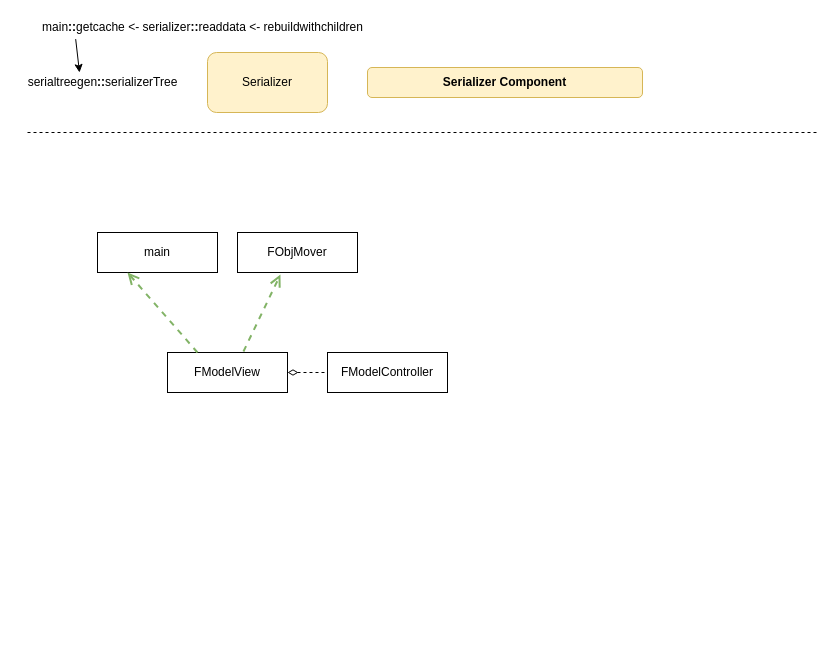
This is dia.drawio from magal-git/MyFlutter, a draw.io file, before an edit. Source tidied: cells renumbered, new cells numbered last; positions are measured from the earlier drawing's top-left corner, leaving out a move shared by most shapes. Both pictures are drawn from the tidied source at 100%, with x=0, y=0 at pixel (17, 17).
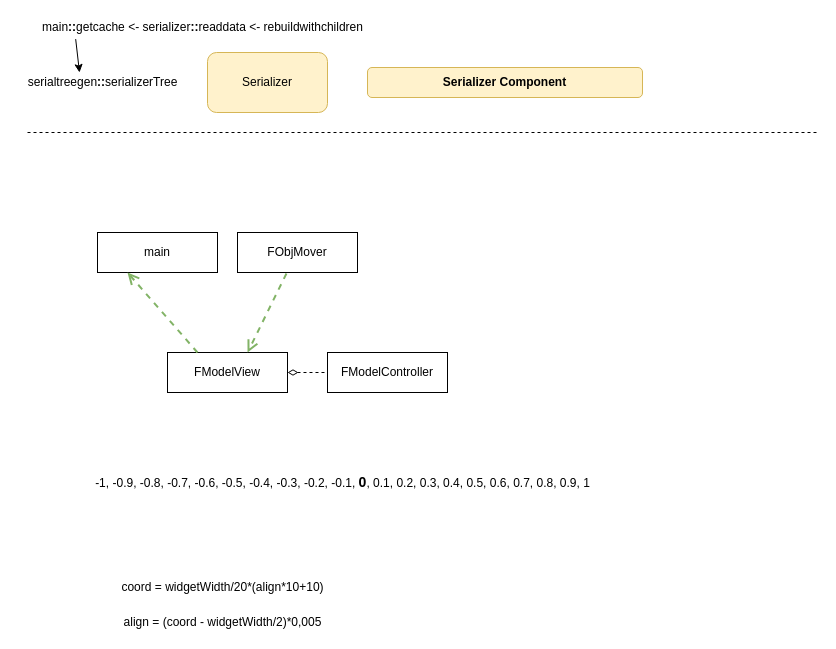
The same page after the edit.

What changed in the source:
```diff
@@
 <mxGraphModel>
   <root>
     <mxCell id="0" />
     <mxCell id="1" parent="0" />
     <mxCell id="2" value="&lt;div&gt;main&lt;b&gt;::&lt;/b&gt;getcache &amp;lt;- serializer&lt;b&gt;::&lt;/b&gt;readdata &amp;lt;- rebuildwithchildren&lt;/div&gt;" style="text;html=1;align=center;verticalAlign=middle;points=[];strokeColor=none;" parent="1" vertex="1">
       <mxGeometry x="15" width="340" height="20" as="geometry" />
     </mxCell>
     <mxCell id="3" style="endArrow=classic;html=1;exitX=0.127;exitY=1.08;exitDx=0;exitDy=0;exitPerimeter=0;" parent="1" edge="1" source="2">
       <mxGeometry relative="1" as="geometry">
         <mxPoint x="62" y="55" as="targetPoint" />
       </mxGeometry>
     </mxCell>
     <mxCell id="4" value="serialtreegen&lt;b&gt;::&lt;/b&gt;serializerTree" style="text;html=1;align=center;verticalAlign=middle;strokeColor=none;" parent="1" vertex="1">
       <mxGeometry y="55" width="170" height="20" as="geometry" />
     </mxCell>
     <mxCell id="5" value="Serializer" style="rounded=1;whiteSpace=wrap;html=1;fillColor=#fff2cc;strokeColor=#d6b656;" parent="1" vertex="1">
       <mxGeometry x="190" y="35" width="120" height="60" as="geometry" />
     </mxCell>
     <mxCell id="6" value="&lt;b&gt;Serializer Component&lt;/b&gt;" style="rounded=1;whiteSpace=wrap;html=1;fillColor=#fff2cc;strokeColor=#d6b656;" parent="1" vertex="1">
       <mxGeometry x="350" y="50" width="275" height="30" as="geometry" />
     </mxCell>
     <mxCell id="7" style="endArrow=none;dashed=1;html=1;" parent="1" edge="1">
       <mxGeometry relative="1" as="geometry">
         <mxPoint x="10" y="115" as="sourcePoint" />
         <mxPoint x="800" y="115" as="targetPoint" />
       </mxGeometry>
     </mxCell>
     <mxCell id="8" value="main" style="rounded=0;whiteSpace=wrap;html=1;" parent="1" vertex="1">
       <mxGeometry x="80" y="215" width="120" height="40" as="geometry" />
     </mxCell>
     <mxCell id="9" value="FModelView" style="rounded=0;whiteSpace=wrap;html=1;" parent="1" vertex="1">
       <mxGeometry x="150" y="335" width="120" height="40" as="geometry" />
     </mxCell>
     <mxCell id="10" value="FObjMover" style="rounded=0;whiteSpace=wrap;html=1;" parent="1" vertex="1">
       <mxGeometry x="220" y="215" width="120" height="40" as="geometry" />
     </mxCell>
     <mxCell id="11" style="endArrow=open;startArrow=none;endFill=0;startFill=0;endSize=8;html=1;verticalAlign=bottom;labelBackgroundColor=none;strokeWidth=2;exitX=0.25;exitY=0;exitDx=0;exitDy=0;entryX=0.25;entryY=1;entryDx=0;entryDy=0;fillColor=#d5e8d4;strokeColor=#82b366;dashed=1;" parent="1" edge="1" source="9" target="8">
       <mxGeometry relative="1" as="geometry" />
     </mxCell>
-    <mxCell id="12" style="endArrow=open;startArrow=none;endFill=0;startFill=0;endSize=8;html=1;verticalAlign=bottom;labelBackgroundColor=none;strokeWidth=2;exitX=0.633;exitY=-0.025;exitDx=0;exitDy=0;entryX=0.358;entryY=1.05;entryDx=0;entryDy=0;fillColor=#d5e8d4;strokeColor=#82b366;dashed=1;exitPerimeter=0;entryPerimeter=0;" parent="1" edge="1" source="9" target="10">
+    <mxCell id="12" style="endArrow=open;startArrow=none;endFill=0;startFill=0;endSize=8;html=1;verticalAlign=bottom;labelBackgroundColor=none;strokeWidth=2;exitX=0.408;exitY=1.025;exitDx=0;exitDy=0;fillColor=#d5e8d4;strokeColor=#82b366;dashed=1;exitPerimeter=0;entryX=0.667;entryY=0;entryDx=0;entryDy=0;entryPerimeter=0;" parent="1" edge="1" source="10" target="9">
       <mxGeometry relative="1" as="geometry" />
     </mxCell>
     <mxCell id="13" value="FModelController" style="rounded=0;whiteSpace=wrap;html=1;" parent="1" vertex="1">
       <mxGeometry x="310" y="335" width="120" height="40" as="geometry" />
     </mxCell>
     <mxCell id="14" style="endArrow=none;startArrow=diamondThin;endFill=0;startFill=0;html=1;verticalAlign=bottom;labelBackgroundColor=none;strokeWidth=1;startSize=8;endSize=8;dashed=1;exitX=1;exitY=0.5;exitDx=0;exitDy=0;exitPerimeter=0;entryX=0;entryY=0.5;entryDx=0;entryDy=0;" parent="1" edge="1" source="9" target="13">
       <mxGeometry relative="1" as="geometry" />
     </mxCell>
+    <mxCell id="15" value="coord = widgetWidth/20*(align*10+10)" style="text;html=1;align=center;verticalAlign=middle;strokeColor=none;" parent="1" vertex="1">
+      <mxGeometry x="95" y="560" width="220" height="20" as="geometry" />
+    </mxCell>
+    <mxCell id="16" value="align = (coord - widgetWidth/2)*0,005" style="text;html=1;align=center;verticalAlign=middle;strokeColor=none;" parent="1" vertex="1">
+      <mxGeometry x="100" y="595" width="210" height="20" as="geometry" />
+    </mxCell>
+    <mxCell id="17" value="-1, -0.9, -0.8, -0.7, -0.6, -0.5, -0.4, -0.3, -0.2, -0.1, &lt;b&gt;&lt;font style=&quot;font-size: 14px&quot;&gt;0&lt;/font&gt;&lt;/b&gt;, 0.1, 0.2, 0.3, 0.4, 0.5, 0.6, 0.7, 0.8, 0.9, 1" style="text;html=1;align=center;verticalAlign=middle;strokeColor=none;" parent="1" vertex="1">
+      <mxGeometry x="70" y="455" width="510" height="20" as="geometry" />
+    </mxCell>
   </root>
 </mxGraphModel>
```
